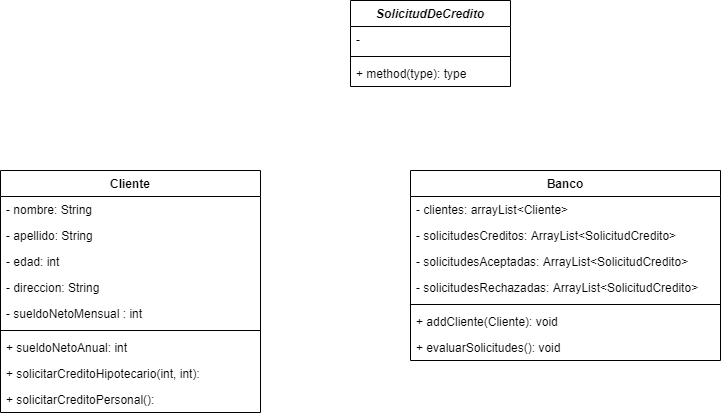
Before: src/tp6/unq/bancoyprestamos/BancoyPrestamos-UML.png, a diagram exported from draw.io (CundariNicolas/unqui-poo2-cundari). Source tidied: cells renumbered, new cells last; positions are measured from the earlier drawing's top-left corner, leaving out a move shared by most shapes.
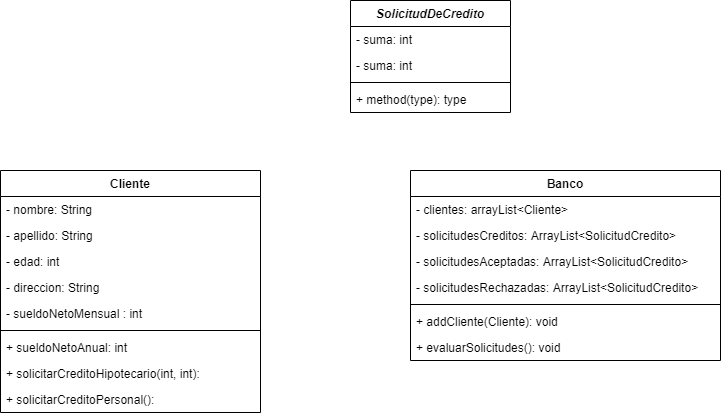
After the change.

What changed in the source:
```diff
@@ -57,16 +57,19 @@
       <mxGeometry y="164" width="310" height="26" as="geometry" />
     </mxCell>
     <mxCell id="20" value="SolicitudDeCredito" style="swimlane;fontStyle=3;align=center;verticalAlign=top;horizontal=1;startSize=26;" parent="1" vertex="1">
-      <mxGeometry x="350" width="160" height="86" as="geometry" />
+      <mxGeometry x="350" width="160" height="112" as="geometry" />
     </mxCell>
-    <mxCell id="21" value="-" style="text;strokeColor=none;fillColor=none;align=left;verticalAlign=top;spacingLeft=4;spacingRight=4;overflow=hidden;" parent="20" vertex="1">
+    <mxCell id="21" value="- suma: int" style="text;strokeColor=none;fillColor=none;align=left;verticalAlign=top;spacingLeft=4;spacingRight=4;overflow=hidden;" parent="20" vertex="1">
       <mxGeometry y="26" width="160" height="26" as="geometry" />
     </mxCell>
+    <mxCell id="24" value="- suma: int" style="text;strokeColor=none;fillColor=none;align=left;verticalAlign=top;spacingLeft=4;spacingRight=4;overflow=hidden;" parent="20" vertex="1">
+      <mxGeometry y="52" width="160" height="26" as="geometry" />
+    </mxCell>
     <mxCell id="22" style="line;strokeWidth=1;fillColor=none;align=left;verticalAlign=middle;spacingTop=-1;spacingLeft=3;spacingRight=3;labelPosition=right;" parent="20" vertex="1">
-      <mxGeometry y="52" width="160" height="8" as="geometry" />
+      <mxGeometry y="78" width="160" height="8" as="geometry" />
     </mxCell>
     <mxCell id="23" value="+ method(type): type" style="text;strokeColor=none;fillColor=none;align=left;verticalAlign=top;spacingLeft=4;spacingRight=4;overflow=hidden;" parent="20" vertex="1">
-      <mxGeometry y="60" width="160" height="26" as="geometry" />
+      <mxGeometry y="86" width="160" height="26" as="geometry" />
     </mxCell>
   </root>
 </mxGraphModel>
```
